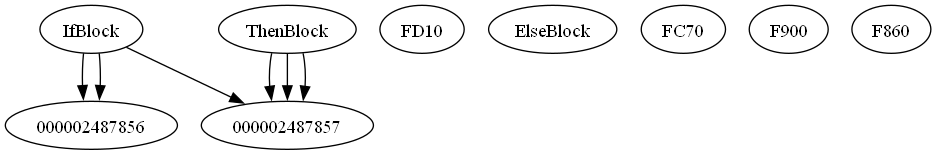
aveen007/CountingMonkeys keeps this Graphviz diagram as cpoCompilerWin/cfgi0.dot.png. Above is the earlier version. Its source is kept beside it as cpoCompilerWin/cfgi0.dot. Its diagram source:
```dot
digraph G {
    000002487856AE70 [label="IfBlock"];
    000002487856AE70 -> 000002487857FD10;
    000002487856AE70 -> 000002487856A620;
    000002487856A620 [label="ElseBlock"];
    000002487856AE70 -> 000002487856A380;
    000002487856A380 [label="ThenBlock"];
    000002487856A380 -> 000002487857FC70;
    000002487856A380 -> 000002487857F900;
    000002487856A380 -> 000002487857F860;
}
```
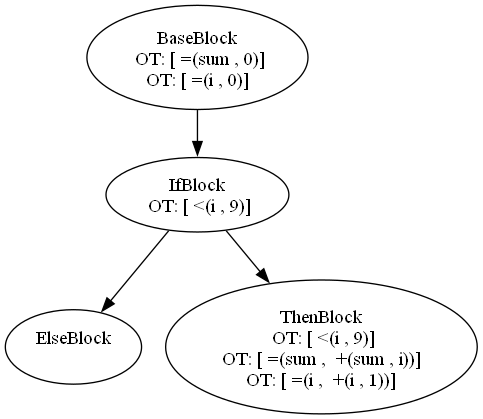
The same file after the commit.

The edit, as a diff of the source:
```diff
@@ -1,11 +1,15 @@
 digraph G {
-    000002487856AE70 [label="IfBlock"];
-    000002487856AE70 -> 000002487857FD10;
-    000002487856AE70 -> 000002487856A620;
-    000002487856A620 [label="ElseBlock"];
-    000002487856AE70 -> 000002487856A380;
-    000002487856A380 [label="ThenBlock"];
-    000002487856A380 -> 000002487857FC70;
-    000002487856A380 -> 000002487857F900;
-    000002487856A380 -> 000002487857F860;
+    n000001BA8D60AA90 [label="BaseBlock\n OT: [ =(sum , 0)]
+OT: [ =(i , 0)]
+"]
+    n000001BA8D60AA90 -> n000001BA8D60B190
+    n000001BA8D60B190 [label="IfBlock\n OT: [ <(i , 9)]
+"]
+    n000001BA8D60A9B0 [label="ElseBlock\n "]
+    n000001BA8D60AE80 [label="ThenBlock\n OT: [ <(i , 9)]
+OT: [ =(sum ,  +(sum , i))]
+OT: [ =(i ,  +(i , 1))]
+"]
+    n000001BA8D60B190 -> n000001BA8D60A9B0
+    n000001BA8D60B190 -> n000001BA8D60AE80
 }
```
